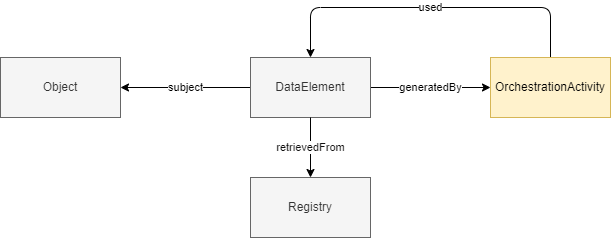
Above: media/level2.2.png in Geonovum/IMX-LineageModel (draw.io), before the change. Source tidied: cells renumbered, new cells last; positions are measured from the earlier drawing's top-left corner, leaving out a move shared by most shapes.
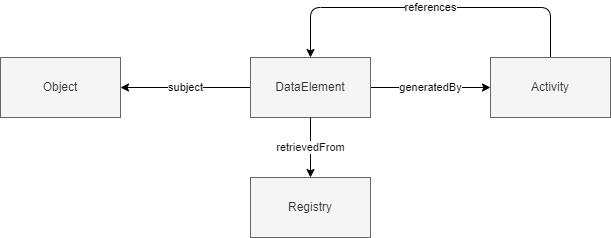
The same diagram one commit later.

What changed in the source:
```diff
@@ -5,13 +5,13 @@
     <mxCell id="2" value="subject" style="edgeStyle=none;html=1;fontColor=#000000;" parent="1" edge="1" source="4" target="7">
       <mxGeometry relative="1" as="geometry" />
     </mxCell>
-    <mxCell id="3" value="generatedBy" style="edgeStyle=none;html=1;" parent="1" edge="1" source="4" target="6">
+    <mxCell id="3" value="generatedBy" style="edgeStyle=none;html=1;entryX=0;entryY=0.5;entryDx=0;entryDy=0;" parent="1" edge="1" source="4" target="12">
       <mxGeometry relative="1" as="geometry" />
     </mxCell>
     <mxCell id="4" value="Gegeven" style="rounded=0;whiteSpace=wrap;html=1;" parent="1" vertex="1">
       <mxGeometry x="250" y="50" width="120" height="60" as="geometry" />
     </mxCell>
-    <mxCell id="5" value="used" style="edgeStyle=none;html=1;entryX=0.5;entryY=0;entryDx=0;entryDy=0;" parent="1" edge="1" source="6" target="4">
+    <mxCell id="5" value="references" style="edgeStyle=none;html=1;entryX=0.5;entryY=0;entryDx=0;entryDy=0;exitX=0.5;exitY=0;exitDx=0;exitDy=0;" parent="1" edge="1" source="12" target="4">
       <mxGeometry relative="1" as="geometry">
         <Array as="points">
           <mxPoint x="550" />
@@ -19,9 +19,6 @@
         </Array>
       </mxGeometry>
     </mxCell>
-    <mxCell id="6" value="OrchestrationActivity" style="rounded=0;whiteSpace=wrap;html=1;fillColor=#fff2cc;strokeColor=#d6b656;" parent="1" vertex="1">
-      <mxGeometry x="490" y="50" width="120" height="60" as="geometry" />
-    </mxCell>
     <mxCell id="7" value="Object" style="rounded=0;whiteSpace=wrap;html=1;" parent="1" vertex="1">
       <mxGeometry y="50" width="120" height="60" as="geometry" />
     </mxCell>
@@ -37,5 +34,8 @@
     <mxCell id="11" value="Registry" style="rounded=0;whiteSpace=wrap;html=1;fillColor=#f5f5f5;fontColor=#333333;strokeColor=#666666;" parent="1" vertex="1">
       <mxGeometry x="250" y="170" width="120" height="60" as="geometry" />
     </mxCell>
+    <mxCell id="12" value="Activity" style="rounded=0;whiteSpace=wrap;html=1;fillColor=#f5f5f5;fontColor=#333333;strokeColor=#666666;" parent="1" vertex="1">
+      <mxGeometry x="490" y="50" width="120" height="60" as="geometry" />
+    </mxCell>
   </root>
 </mxGraphModel>
```
